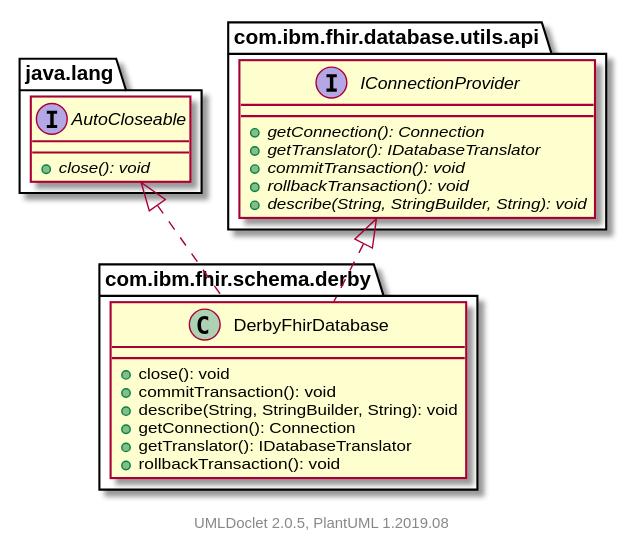
The PlantUML diagram javadocs/latest/com/ibm/fhir/schema/derby/package.svg in tumblewind/FHIR, before a commit.
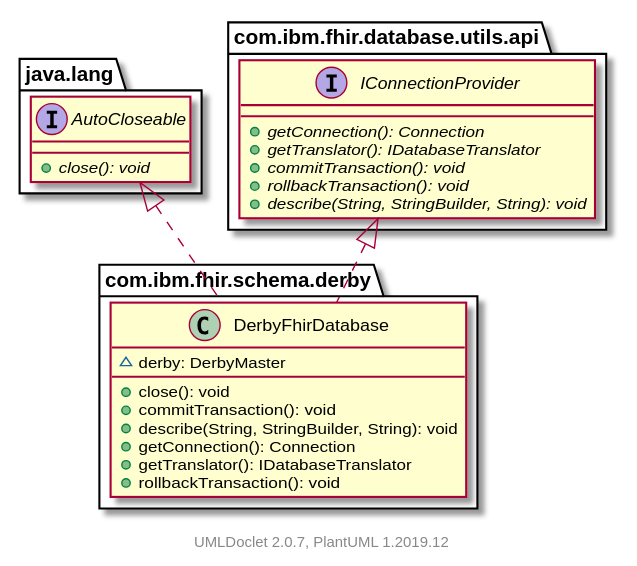
Later version of the same file.

Diff of the diagram source:
```diff
@@ -2,6 +2,7 @@
     namespace com.ibm.fhir.schema.derby {
 
         class DerbyFhirDatabase [[DerbyFhirDatabase.html]] {
+            ~derby: DerbyMaster
             +close(): void
             +commitTransaction(): void
             +describe(String, StringBuilder, String): void
@@ -30,5 +31,5 @@
         }
     }
 
-    center footer UMLDoclet 2.0.5, PlantUML 1.2019.08
+    center footer UMLDoclet 2.0.7, PlantUML 1.2019.12
 @enduml
```
